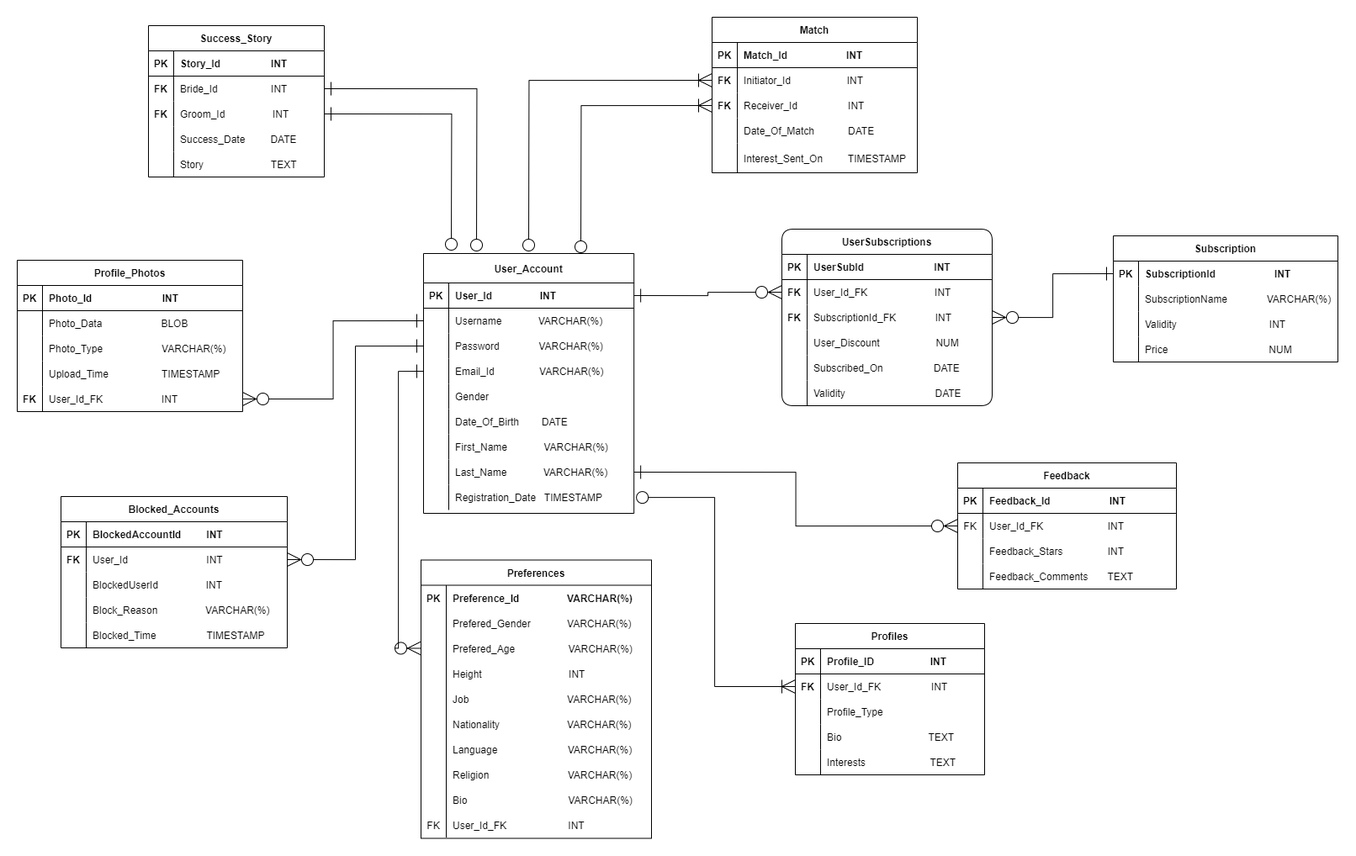
The draw.io diagram DatingSiteDB.png in daameya/Dating-Website-DB, before a commit. Source tidied: cells renumbered, new cells last; positions are measured from the earlier drawing's top-left corner, leaving out a move shared by most shapes.
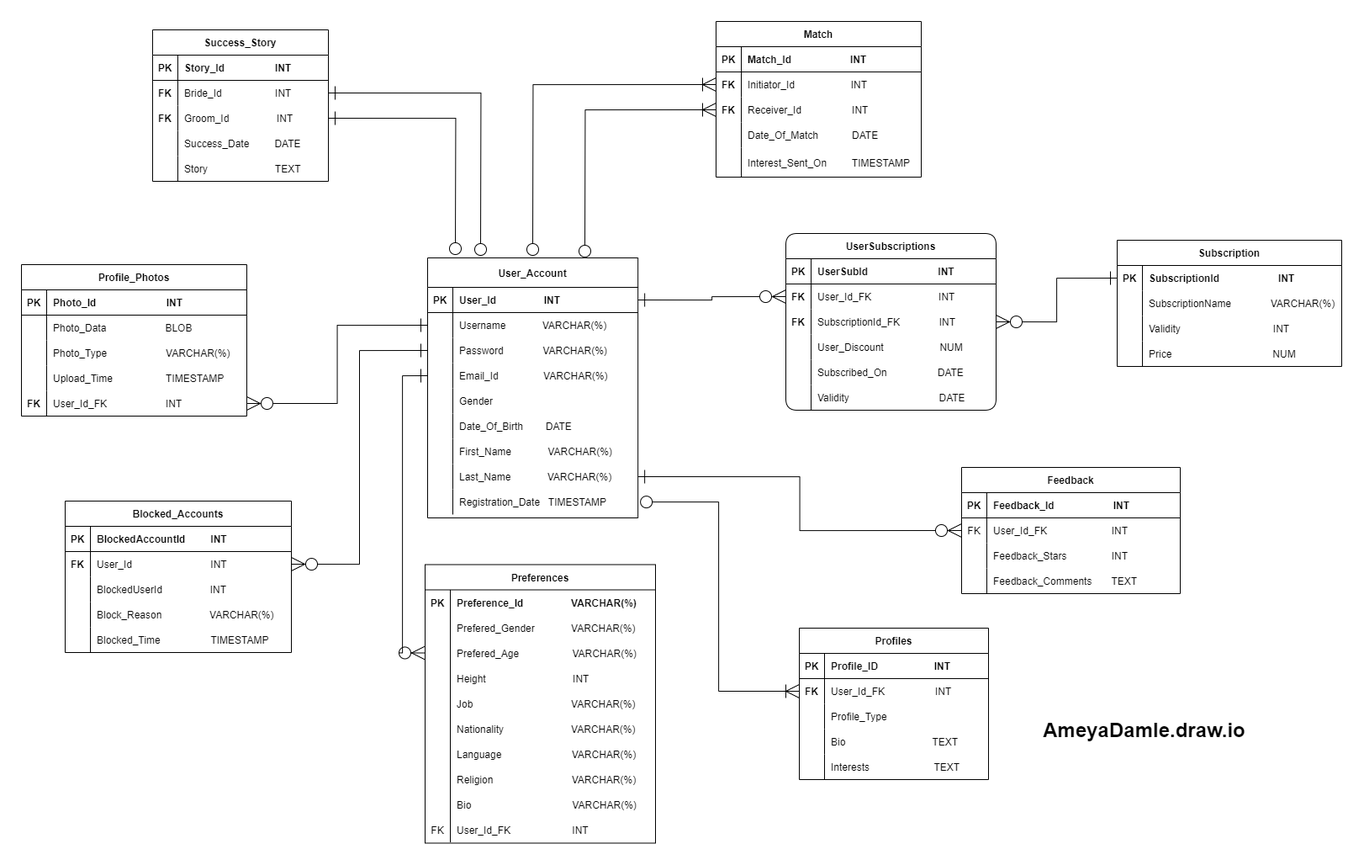
The same file after the commit.

Change to the diagram source:
```diff
@@ -595,5 +595,8 @@
     <mxCell id="196" style="edgeStyle=orthogonalEdgeStyle;rounded=0;jettySize=auto;html=1;exitX=0;exitY=0.5;exitDx=0;exitDy=0;entryX=1;entryY=0.5;entryDx=0;entryDy=0;endArrow=ERzeroToMany;endFill=0;endSize=14;startSize=14;targetPerimeterSpacing=10;sourcePerimeterSpacing=10;startArrow=ERone;startFill=0;" parent="1" edge="1" source="158" target="177">
       <mxGeometry relative="1" as="geometry" />
     </mxCell>
+    <mxCell id="197" value="AmeyaDamle.draw.io" style="text;strokeColor=none;fillColor=none;html=1;fontSize=24;fontStyle=1;verticalAlign=middle;align=center;" parent="1" vertex="1">
+      <mxGeometry x="1285" y="823" width="100" height="40" as="geometry" />
+    </mxCell>
   </root>
 </mxGraphModel>
```
